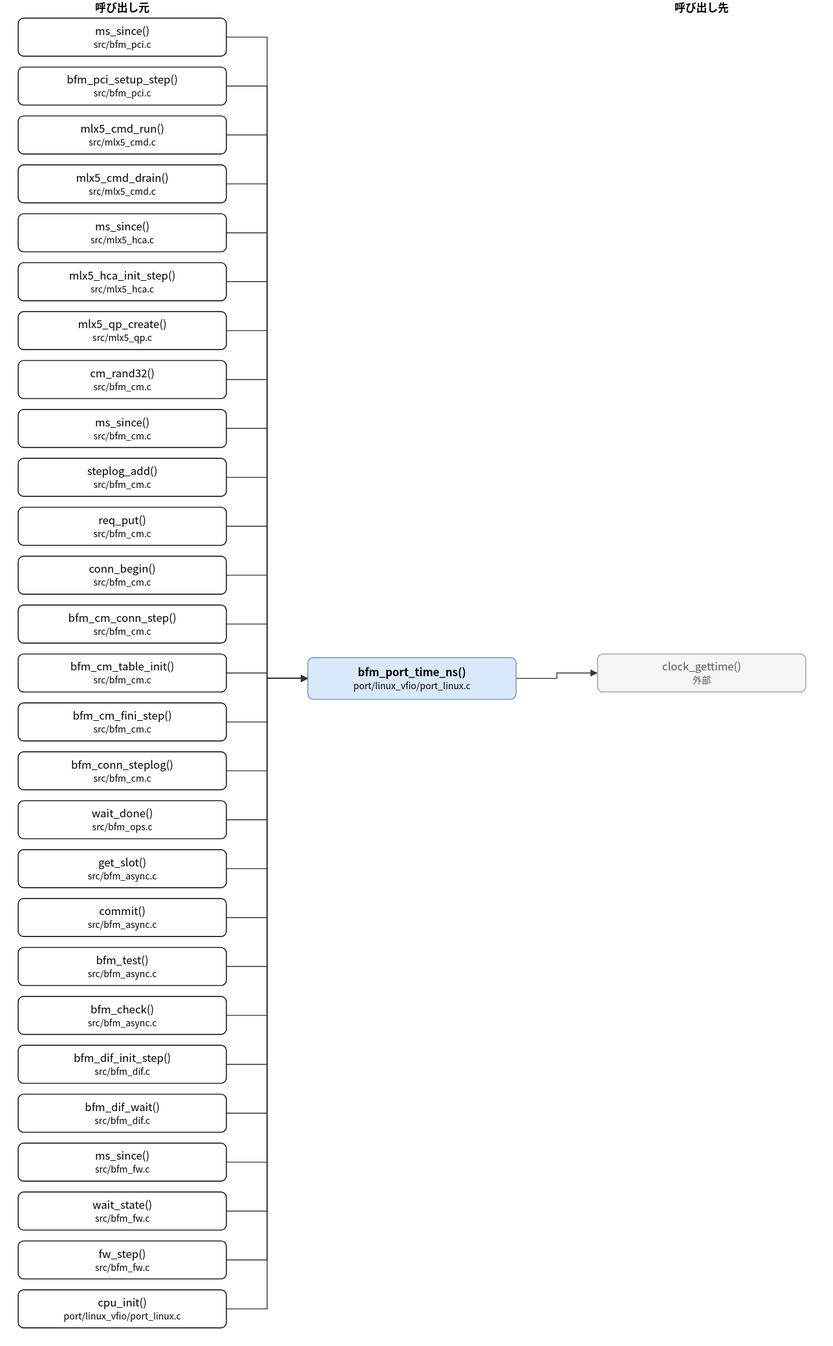
Above: doc/spec/images/call_port_linux_vfio_port_linux-bfm_port_time_ns.drawio.svg in hf355051012-ai/bfmem (draw.io), before the change. Source tidied: cells renumbered, new cells last; positions are measured from the earlier drawing's top-left corner, leaving out a move shared by most shapes.
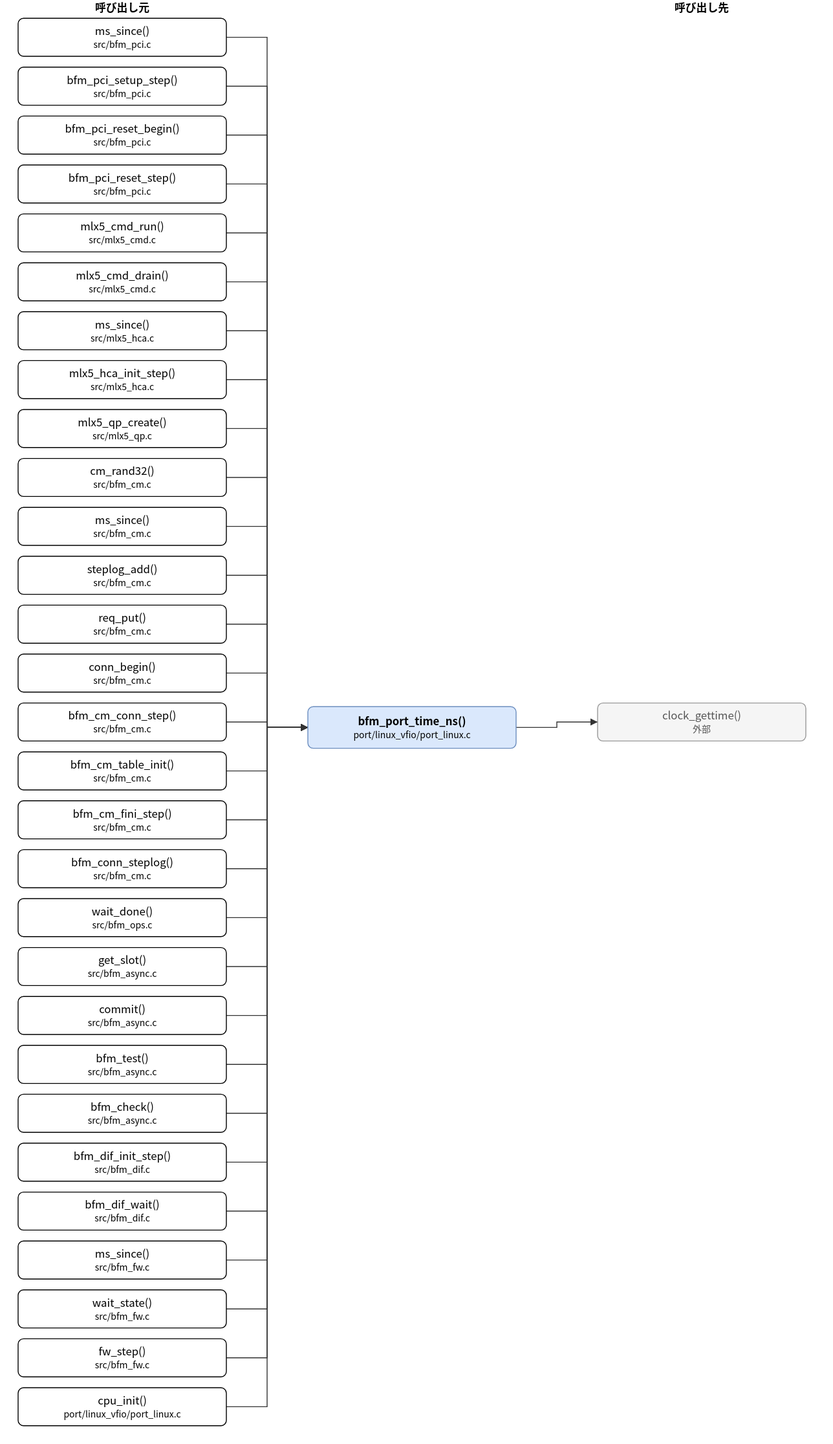
Above is the later version.

What changed in the source:
```diff
@@ -5,3 +5,3 @@
     <mxCell id="2" value="bfm_port_time_ns()&lt;br&gt;&lt;font style=&quot;font-size:10px&quot;&gt;port/linux_vfio/port_linux.c&lt;/font&gt;" style="rounded=1;whiteSpace=wrap;html=1;fillColor=#dae8fc;strokeColor=#6c8ebf;fontStyle=1;" parent="1" vertex="1">
-      <mxGeometry x="320" y="726" width="230" height="46" as="geometry" />
+      <mxGeometry x="320" y="780" width="230" height="46" as="geometry" />
     </mxCell>
@@ -13,79 +13,85 @@
     </mxCell>
-    <mxCell id="5" value="mlx5_cmd_run()&lt;br&gt;&lt;font style=&quot;font-size:10px&quot;&gt;src/mlx5_cmd.c&lt;/font&gt;" style="rounded=1;whiteSpace=wrap;html=1;" parent="1" vertex="1">
+    <mxCell id="5" value="bfm_pci_reset_begin()&lt;br&gt;&lt;font style=&quot;font-size:10px&quot;&gt;src/bfm_pci.c&lt;/font&gt;" style="rounded=1;whiteSpace=wrap;html=1;" parent="1" vertex="1">
       <mxGeometry y="128" width="230" height="42" as="geometry" />
     </mxCell>
-    <mxCell id="6" value="mlx5_cmd_drain()&lt;br&gt;&lt;font style=&quot;font-size:10px&quot;&gt;src/mlx5_cmd.c&lt;/font&gt;" style="rounded=1;whiteSpace=wrap;html=1;" parent="1" vertex="1">
+    <mxCell id="6" value="bfm_pci_reset_step()&lt;br&gt;&lt;font style=&quot;font-size:10px&quot;&gt;src/bfm_pci.c&lt;/font&gt;" style="rounded=1;whiteSpace=wrap;html=1;" parent="1" vertex="1">
       <mxGeometry y="182" width="230" height="42" as="geometry" />
     </mxCell>
-    <mxCell id="7" value="ms_since()&lt;br&gt;&lt;font style=&quot;font-size:10px&quot;&gt;src/mlx5_hca.c&lt;/font&gt;" style="rounded=1;whiteSpace=wrap;html=1;" parent="1" vertex="1">
+    <mxCell id="7" value="mlx5_cmd_run()&lt;br&gt;&lt;font style=&quot;font-size:10px&quot;&gt;src/mlx5_cmd.c&lt;/font&gt;" style="rounded=1;whiteSpace=wrap;html=1;" parent="1" vertex="1">
       <mxGeometry y="236" width="230" height="42" as="geometry" />
     </mxCell>
-    <mxCell id="8" value="mlx5_hca_init_step()&lt;br&gt;&lt;font style=&quot;font-size:10px&quot;&gt;src/mlx5_hca.c&lt;/font&gt;" style="rounded=1;whiteSpace=wrap;html=1;" parent="1" vertex="1">
+    <mxCell id="8" value="mlx5_cmd_drain()&lt;br&gt;&lt;font style=&quot;font-size:10px&quot;&gt;src/mlx5_cmd.c&lt;/font&gt;" style="rounded=1;whiteSpace=wrap;html=1;" parent="1" vertex="1">
       <mxGeometry y="290" width="230" height="42" as="geometry" />
     </mxCell>
-    <mxCell id="9" value="mlx5_qp_create()&lt;br&gt;&lt;font style=&quot;font-size:10px&quot;&gt;src/mlx5_qp.c&lt;/font&gt;" style="rounded=1;whiteSpace=wrap;html=1;" parent="1" vertex="1">
+    <mxCell id="9" value="ms_since()&lt;br&gt;&lt;font style=&quot;font-size:10px&quot;&gt;src/mlx5_hca.c&lt;/font&gt;" style="rounded=1;whiteSpace=wrap;html=1;" parent="1" vertex="1">
       <mxGeometry y="344" width="230" height="42" as="geometry" />
     </mxCell>
-    <mxCell id="10" value="cm_rand32()&lt;br&gt;&lt;font style=&quot;font-size:10px&quot;&gt;src/bfm_cm.c&lt;/font&gt;" style="rounded=1;whiteSpace=wrap;html=1;" parent="1" vertex="1">
+    <mxCell id="10" value="mlx5_hca_init_step()&lt;br&gt;&lt;font style=&quot;font-size:10px&quot;&gt;src/mlx5_hca.c&lt;/font&gt;" style="rounded=1;whiteSpace=wrap;html=1;" parent="1" vertex="1">
       <mxGeometry y="398" width="230" height="42" as="geometry" />
     </mxCell>
-    <mxCell id="11" value="ms_since()&lt;br&gt;&lt;font style=&quot;font-size:10px&quot;&gt;src/bfm_cm.c&lt;/font&gt;" style="rounded=1;whiteSpace=wrap;html=1;" parent="1" vertex="1">
+    <mxCell id="11" value="mlx5_qp_create()&lt;br&gt;&lt;font style=&quot;font-size:10px&quot;&gt;src/mlx5_qp.c&lt;/font&gt;" style="rounded=1;whiteSpace=wrap;html=1;" parent="1" vertex="1">
       <mxGeometry y="452" width="230" height="42" as="geometry" />
     </mxCell>
-    <mxCell id="12" value="steplog_add()&lt;br&gt;&lt;font style=&quot;font-size:10px&quot;&gt;src/bfm_cm.c&lt;/font&gt;" style="rounded=1;whiteSpace=wrap;html=1;" parent="1" vertex="1">
+    <mxCell id="12" value="cm_rand32()&lt;br&gt;&lt;font style=&quot;font-size:10px&quot;&gt;src/bfm_cm.c&lt;/font&gt;" style="rounded=1;whiteSpace=wrap;html=1;" parent="1" vertex="1">
       <mxGeometry y="506" width="230" height="42" as="geometry" />
     </mxCell>
-    <mxCell id="13" value="req_put()&lt;br&gt;&lt;font style=&quot;font-size:10px&quot;&gt;src/bfm_cm.c&lt;/font&gt;" style="rounded=1;whiteSpace=wrap;html=1;" parent="1" vertex="1">
+    <mxCell id="13" value="ms_since()&lt;br&gt;&lt;font style=&quot;font-size:10px&quot;&gt;src/bfm_cm.c&lt;/font&gt;" style="rounded=1;whiteSpace=wrap;html=1;" parent="1" vertex="1">
       <mxGeometry y="560" width="230" height="42" as="geometry" />
     </mxCell>
-    <mxCell id="14" value="conn_begin()&lt;br&gt;&lt;font style=&quot;font-size:10px&quot;&gt;src/bfm_cm.c&lt;/font&gt;" style="rounded=1;whiteSpace=wrap;html=1;" parent="1" vertex="1">
+    <mxCell id="14" value="steplog_add()&lt;br&gt;&lt;font style=&quot;font-size:10px&quot;&gt;src/bfm_cm.c&lt;/font&gt;" style="rounded=1;whiteSpace=wrap;html=1;" parent="1" vertex="1">
       <mxGeometry y="614" width="230" height="42" as="geometry" />
     </mxCell>
-    <mxCell id="15" value="bfm_cm_conn_step()&lt;br&gt;&lt;font style=&quot;font-size:10px&quot;&gt;src/bfm_cm.c&lt;/font&gt;" style="rounded=1;whiteSpace=wrap;html=1;" parent="1" vertex="1">
+    <mxCell id="15" value="req_put()&lt;br&gt;&lt;font style=&quot;font-size:10px&quot;&gt;src/bfm_cm.c&lt;/font&gt;" style="rounded=1;whiteSpace=wrap;html=1;" parent="1" vertex="1">
       <mxGeometry y="668" width="230" height="42" as="geometry" />
     </mxCell>
-    <mxCell id="16" value="bfm_cm_table_init()&lt;br&gt;&lt;font style=&quot;font-size:10px&quot;&gt;src/bfm_cm.c&lt;/font&gt;" style="rounded=1;whiteSpace=wrap;html=1;" parent="1" vertex="1">
+    <mxCell id="16" value="conn_begin()&lt;br&gt;&lt;font style=&quot;font-size:10px&quot;&gt;src/bfm_cm.c&lt;/font&gt;" style="rounded=1;whiteSpace=wrap;html=1;" parent="1" vertex="1">
       <mxGeometry y="722" width="230" height="42" as="geometry" />
     </mxCell>
-    <mxCell id="17" value="bfm_cm_fini_step()&lt;br&gt;&lt;font style=&quot;font-size:10px&quot;&gt;src/bfm_cm.c&lt;/font&gt;" style="rounded=1;whiteSpace=wrap;html=1;" parent="1" vertex="1">
+    <mxCell id="17" value="bfm_cm_conn_step()&lt;br&gt;&lt;font style=&quot;font-size:10px&quot;&gt;src/bfm_cm.c&lt;/font&gt;" style="rounded=1;whiteSpace=wrap;html=1;" parent="1" vertex="1">
       <mxGeometry y="776" width="230" height="42" as="geometry" />
     </mxCell>
-    <mxCell id="18" value="bfm_conn_steplog()&lt;br&gt;&lt;font style=&quot;font-size:10px&quot;&gt;src/bfm_cm.c&lt;/font&gt;" style="rounded=1;whiteSpace=wrap;html=1;" parent="1" vertex="1">
+    <mxCell id="18" value="bfm_cm_table_init()&lt;br&gt;&lt;font style=&quot;font-size:10px&quot;&gt;src/bfm_cm.c&lt;/font&gt;" style="rounded=1;whiteSpace=wrap;html=1;" parent="1" vertex="1">
       <mxGeometry y="830" width="230" height="42" as="geometry" />
     </mxCell>
-    <mxCell id="19" value="wait_done()&lt;br&gt;&lt;font style=&quot;font-size:10px&quot;&gt;src/bfm_ops.c&lt;/font&gt;" style="rounded=1;whiteSpace=wrap;html=1;" parent="1" vertex="1">
+    <mxCell id="19" value="bfm_cm_fini_step()&lt;br&gt;&lt;font style=&quot;font-size:10px&quot;&gt;src/bfm_cm.c&lt;/font&gt;" style="rounded=1;whiteSpace=wrap;html=1;" parent="1" vertex="1">
       <mxGeometry y="884" width="230" height="42" as="geometry" />
     </mxCell>
-    <mxCell id="20" value="get_slot()&lt;br&gt;&lt;font style=&quot;font-size:10px&quot;&gt;src/bfm_async.c&lt;/font&gt;" style="rounded=1;whiteSpace=wrap;html=1;" parent="1" vertex="1">
+    <mxCell id="20" value="bfm_conn_steplog()&lt;br&gt;&lt;font style=&quot;font-size:10px&quot;&gt;src/bfm_cm.c&lt;/font&gt;" style="rounded=1;whiteSpace=wrap;html=1;" parent="1" vertex="1">
       <mxGeometry y="938" width="230" height="42" as="geometry" />
     </mxCell>
-    <mxCell id="21" value="commit()&lt;br&gt;&lt;font style=&quot;font-size:10px&quot;&gt;src/bfm_async.c&lt;/font&gt;" style="rounded=1;whiteSpace=wrap;html=1;" parent="1" vertex="1">
+    <mxCell id="21" value="wait_done()&lt;br&gt;&lt;font style=&quot;font-size:10px&quot;&gt;src/bfm_ops.c&lt;/font&gt;" style="rounded=1;whiteSpace=wrap;html=1;" parent="1" vertex="1">
       <mxGeometry y="992" width="230" height="42" as="geometry" />
     </mxCell>
-    <mxCell id="22" value="bfm_test()&lt;br&gt;&lt;font style=&quot;font-size:10px&quot;&gt;src/bfm_async.c&lt;/font&gt;" style="rounded=1;whiteSpace=wrap;html=1;" parent="1" vertex="1">
+    <mxCell id="22" value="get_slot()&lt;br&gt;&lt;font style=&quot;font-size:10px&quot;&gt;src/bfm_async.c&lt;/font&gt;" style="rounded=1;whiteSpace=wrap;html=1;" parent="1" vertex="1">
       <mxGeometry y="1046" width="230" height="42" as="geometry" />
     </mxCell>
-    <mxCell id="23" value="bfm_check()&lt;br&gt;&lt;font style=&quot;font-size:10px&quot;&gt;src/bfm_async.c&lt;/font&gt;" style="rounded=1;whiteSpace=wrap;html=1;" parent="1" vertex="1">
+    <mxCell id="23" value="commit()&lt;br&gt;&lt;font style=&quot;font-size:10px&quot;&gt;src/bfm_async.c&lt;/font&gt;" style="rounded=1;whiteSpace=wrap;html=1;" parent="1" vertex="1">
       <mxGeometry y="1100" width="230" height="42" as="geometry" />
     </mxCell>
-    <mxCell id="24" value="bfm_dif_init_step()&lt;br&gt;&lt;font style=&quot;font-size:10px&quot;&gt;src/bfm_dif.c&lt;/font&gt;" style="rounded=1;whiteSpace=wrap;html=1;" parent="1" vertex="1">
+    <mxCell id="24" value="bfm_test()&lt;br&gt;&lt;font style=&quot;font-size:10px&quot;&gt;src/bfm_async.c&lt;/font&gt;" style="rounded=1;whiteSpace=wrap;html=1;" parent="1" vertex="1">
       <mxGeometry y="1154" width="230" height="42" as="geometry" />
     </mxCell>
-    <mxCell id="25" value="bfm_dif_wait()&lt;br&gt;&lt;font style=&quot;font-size:10px&quot;&gt;src/bfm_dif.c&lt;/font&gt;" style="rounded=1;whiteSpace=wrap;html=1;" parent="1" vertex="1">
+    <mxCell id="25" value="bfm_check()&lt;br&gt;&lt;font style=&quot;font-size:10px&quot;&gt;src/bfm_async.c&lt;/font&gt;" style="rounded=1;whiteSpace=wrap;html=1;" parent="1" vertex="1">
       <mxGeometry y="1208" width="230" height="42" as="geometry" />
     </mxCell>
-    <mxCell id="26" value="ms_since()&lt;br&gt;&lt;font style=&quot;font-size:10px&quot;&gt;src/bfm_fw.c&lt;/font&gt;" style="rounded=1;whiteSpace=wrap;html=1;" parent="1" vertex="1">
+    <mxCell id="26" value="bfm_dif_init_step()&lt;br&gt;&lt;font style=&quot;font-size:10px&quot;&gt;src/bfm_dif.c&lt;/font&gt;" style="rounded=1;whiteSpace=wrap;html=1;" parent="1" vertex="1">
       <mxGeometry y="1262" width="230" height="42" as="geometry" />
     </mxCell>
-    <mxCell id="27" value="wait_state()&lt;br&gt;&lt;font style=&quot;font-size:10px&quot;&gt;src/bfm_fw.c&lt;/font&gt;" style="rounded=1;whiteSpace=wrap;html=1;" parent="1" vertex="1">
+    <mxCell id="27" value="bfm_dif_wait()&lt;br&gt;&lt;font style=&quot;font-size:10px&quot;&gt;src/bfm_dif.c&lt;/font&gt;" style="rounded=1;whiteSpace=wrap;html=1;" parent="1" vertex="1">
       <mxGeometry y="1316" width="230" height="42" as="geometry" />
     </mxCell>
-    <mxCell id="28" value="fw_step()&lt;br&gt;&lt;font style=&quot;font-size:10px&quot;&gt;src/bfm_fw.c&lt;/font&gt;" style="rounded=1;whiteSpace=wrap;html=1;" parent="1" vertex="1">
+    <mxCell id="28" value="ms_since()&lt;br&gt;&lt;font style=&quot;font-size:10px&quot;&gt;src/bfm_fw.c&lt;/font&gt;" style="rounded=1;whiteSpace=wrap;html=1;" parent="1" vertex="1">
       <mxGeometry y="1370" width="230" height="42" as="geometry" />
     </mxCell>
-    <mxCell id="29" value="cpu_init()&lt;br&gt;&lt;font style=&quot;font-size:10px&quot;&gt;port/linux_vfio/port_linux.c&lt;/font&gt;" style="rounded=1;whiteSpace=wrap;html=1;" parent="1" vertex="1">
+    <mxCell id="29" value="wait_state()&lt;br&gt;&lt;font style=&quot;font-size:10px&quot;&gt;src/bfm_fw.c&lt;/font&gt;" style="rounded=1;whiteSpace=wrap;html=1;" parent="1" vertex="1">
       <mxGeometry y="1424" width="230" height="42" as="geometry" />
     </mxCell>
+    <mxCell id="61" value="fw_step()&lt;br&gt;&lt;font style=&quot;font-size:10px&quot;&gt;src/bfm_fw.c&lt;/font&gt;" style="rounded=1;whiteSpace=wrap;html=1;" parent="1" vertex="1">
+      <mxGeometry y="1478" width="230" height="42" as="geometry" />
+    </mxCell>
+    <mxCell id="62" value="cpu_init()&lt;br&gt;&lt;font style=&quot;font-size:10px&quot;&gt;port/linux_vfio/port_linux.c&lt;/font&gt;" style="rounded=1;whiteSpace=wrap;html=1;" parent="1" vertex="1">
+      <mxGeometry y="1532" width="230" height="42" as="geometry" />
+    </mxCell>
     <mxCell id="30" value="clock_gettime()&lt;br&gt;&lt;font style=&quot;font-size:10px&quot;&gt;外部&lt;/font&gt;" style="rounded=1;whiteSpace=wrap;html=1;fillColor=#f5f5f5;strokeColor=#999999;fontColor=#555555;" parent="1" vertex="1">
-      <mxGeometry x="640" y="722" width="230" height="42" as="geometry" />
+      <mxGeometry x="640" y="776" width="230" height="42" as="geometry" />
     </mxCell>
@@ -95,3 +101,3 @@
           <mxPoint x="275" y="41" />
-          <mxPoint x="275" y="749" />
+          <mxPoint x="275" y="803" />
         </Array>
@@ -103,3 +109,3 @@
           <mxPoint x="275" y="95" />
-          <mxPoint x="275" y="749" />
+          <mxPoint x="275" y="803" />
         </Array>
@@ -111,3 +117,3 @@
           <mxPoint x="275" y="149" />
-          <mxPoint x="275" y="749" />
+          <mxPoint x="275" y="803" />
         </Array>
@@ -119,3 +125,3 @@
           <mxPoint x="275" y="203" />
-          <mxPoint x="275" y="749" />
+          <mxPoint x="275" y="803" />
         </Array>
@@ -127,3 +133,3 @@
           <mxPoint x="275" y="257" />
-          <mxPoint x="275" y="749" />
+          <mxPoint x="275" y="803" />
         </Array>
@@ -135,3 +141,3 @@
           <mxPoint x="275" y="311" />
-          <mxPoint x="275" y="749" />
+          <mxPoint x="275" y="803" />
         </Array>
@@ -143,3 +149,3 @@
           <mxPoint x="275" y="365" />
-          <mxPoint x="275" y="749" />
+          <mxPoint x="275" y="803" />
         </Array>
@@ -151,3 +157,3 @@
           <mxPoint x="275" y="419" />
-          <mxPoint x="275" y="749" />
+          <mxPoint x="275" y="803" />
         </Array>
@@ -159,3 +165,3 @@
           <mxPoint x="275" y="473" />
-          <mxPoint x="275" y="749" />
+          <mxPoint x="275" y="803" />
         </Array>
@@ -167,3 +173,3 @@
           <mxPoint x="275" y="527" />
-          <mxPoint x="275" y="749" />
+          <mxPoint x="275" y="803" />
         </Array>
@@ -175,3 +181,3 @@
           <mxPoint x="275" y="581" />
-          <mxPoint x="275" y="749" />
+          <mxPoint x="275" y="803" />
         </Array>
@@ -183,3 +189,3 @@
           <mxPoint x="275" y="635" />
-          <mxPoint x="275" y="749" />
+          <mxPoint x="275" y="803" />
         </Array>
@@ -191,3 +197,3 @@
           <mxPoint x="275" y="689" />
-          <mxPoint x="275" y="749" />
+          <mxPoint x="275" y="803" />
         </Array>
@@ -199,3 +205,3 @@
           <mxPoint x="275" y="743" />
-          <mxPoint x="275" y="749" />
+          <mxPoint x="275" y="803" />
         </Array>
@@ -207,3 +213,3 @@
           <mxPoint x="275" y="797" />
-          <mxPoint x="275" y="749" />
+          <mxPoint x="275" y="803" />
         </Array>
@@ -215,3 +221,3 @@
           <mxPoint x="275" y="851" />
-          <mxPoint x="275" y="749" />
+          <mxPoint x="275" y="803" />
         </Array>
@@ -223,3 +229,3 @@
           <mxPoint x="275" y="905" />
-          <mxPoint x="275" y="749" />
+          <mxPoint x="275" y="803" />
         </Array>
@@ -231,3 +237,3 @@
           <mxPoint x="275" y="959" />
-          <mxPoint x="275" y="749" />
+          <mxPoint x="275" y="803" />
         </Array>
@@ -239,3 +245,3 @@
           <mxPoint x="275" y="1013" />
-          <mxPoint x="275" y="749" />
+          <mxPoint x="275" y="803" />
         </Array>
@@ -247,3 +253,3 @@
           <mxPoint x="275" y="1067" />
-          <mxPoint x="275" y="749" />
+          <mxPoint x="275" y="803" />
         </Array>
@@ -255,3 +261,3 @@
           <mxPoint x="275" y="1121" />
-          <mxPoint x="275" y="749" />
+          <mxPoint x="275" y="803" />
         </Array>
@@ -263,3 +269,3 @@
           <mxPoint x="275" y="1175" />
-          <mxPoint x="275" y="749" />
+          <mxPoint x="275" y="803" />
         </Array>
@@ -271,3 +277,3 @@
           <mxPoint x="275" y="1229" />
-          <mxPoint x="275" y="749" />
+          <mxPoint x="275" y="803" />
         </Array>
@@ -279,3 +285,3 @@
           <mxPoint x="275" y="1283" />
-          <mxPoint x="275" y="749" />
+          <mxPoint x="275" y="803" />
         </Array>
@@ -287,3 +293,3 @@
           <mxPoint x="275" y="1337" />
-          <mxPoint x="275" y="749" />
+          <mxPoint x="275" y="803" />
         </Array>
@@ -295,3 +301,3 @@
           <mxPoint x="275" y="1391" />
-          <mxPoint x="275" y="749" />
+          <mxPoint x="275" y="803" />
         </Array>
@@ -303,3 +309,3 @@
           <mxPoint x="275" y="1445" />
-          <mxPoint x="275" y="749" />
+          <mxPoint x="275" y="803" />
         </Array>
@@ -307,7 +313,7 @@
     </mxCell>
-    <mxCell id="58" style="edgeStyle=none;html=1;rounded=0;endArrow=block;endFill=1;exitX=1.0000;exitY=0.5000;exitDx=0;exitDy=0;exitPerimeter=0;entryX=0.0000;entryY=0.5000;entryDx=0;entryDy=0;entryPerimeter=0;" parent="1" edge="1" source="2" target="30">
+    <mxCell id="58" style="edgeStyle=none;html=1;rounded=0;endArrow=block;endFill=1;exitX=1.0000;exitY=0.5000;exitDx=0;exitDy=0;exitPerimeter=0;entryX=0.0000;entryY=0.5000;entryDx=0;entryDy=0;entryPerimeter=0;" parent="1" edge="1" source="61" target="2">
       <mxGeometry relative="1" as="geometry">
         <Array as="points">
-          <mxPoint x="595" y="749" />
-          <mxPoint x="595" y="743" />
+          <mxPoint x="275" y="1499" />
+          <mxPoint x="275" y="803" />
         </Array>
@@ -315,2 +321,18 @@
     </mxCell>
+    <mxCell id="63" style="edgeStyle=none;html=1;rounded=0;endArrow=block;endFill=1;exitX=1.0000;exitY=0.5000;exitDx=0;exitDy=0;exitPerimeter=0;entryX=0.0000;entryY=0.5000;entryDx=0;entryDy=0;entryPerimeter=0;" parent="1" edge="1" source="62" target="2">
+      <mxGeometry relative="1" as="geometry">
+        <Array as="points">
+          <mxPoint x="275" y="1553" />
+          <mxPoint x="275" y="803" />
+        </Array>
+      </mxGeometry>
+    </mxCell>
+    <mxCell id="64" style="edgeStyle=none;html=1;rounded=0;endArrow=block;endFill=1;exitX=1.0000;exitY=0.5000;exitDx=0;exitDy=0;exitPerimeter=0;entryX=0.0000;entryY=0.5000;entryDx=0;entryDy=0;entryPerimeter=0;" parent="1" edge="1" source="2" target="30">
+      <mxGeometry relative="1" as="geometry">
+        <Array as="points">
+          <mxPoint x="595" y="803" />
+          <mxPoint x="595" y="797" />
+        </Array>
+      </mxGeometry>
+    </mxCell>
     <mxCell id="59" value="呼び出し元" style="text;html=1;align=center;fontStyle=1;" parent="1" vertex="1">
```
